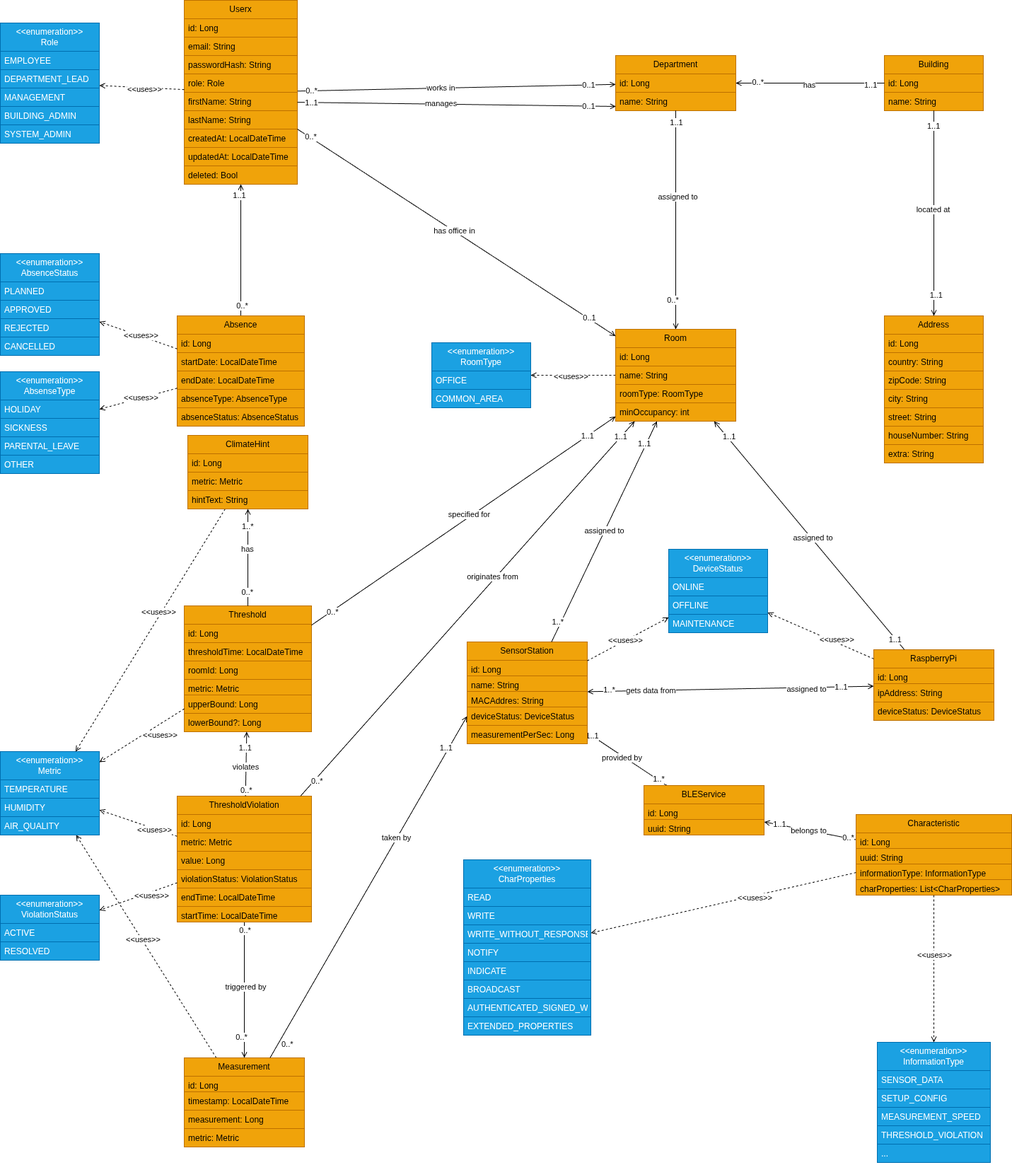
This is docs/Softwarekonzept_V2/images/climate-canary-webapp-backend.png from adriano-paganini/ClimateCanary, a draw.io export, as it was before one commit. Source tidied: cells renumbered, new cells last; positions are measured from the earlier drawing's top-left corner, leaving out a move shared by most shapes.
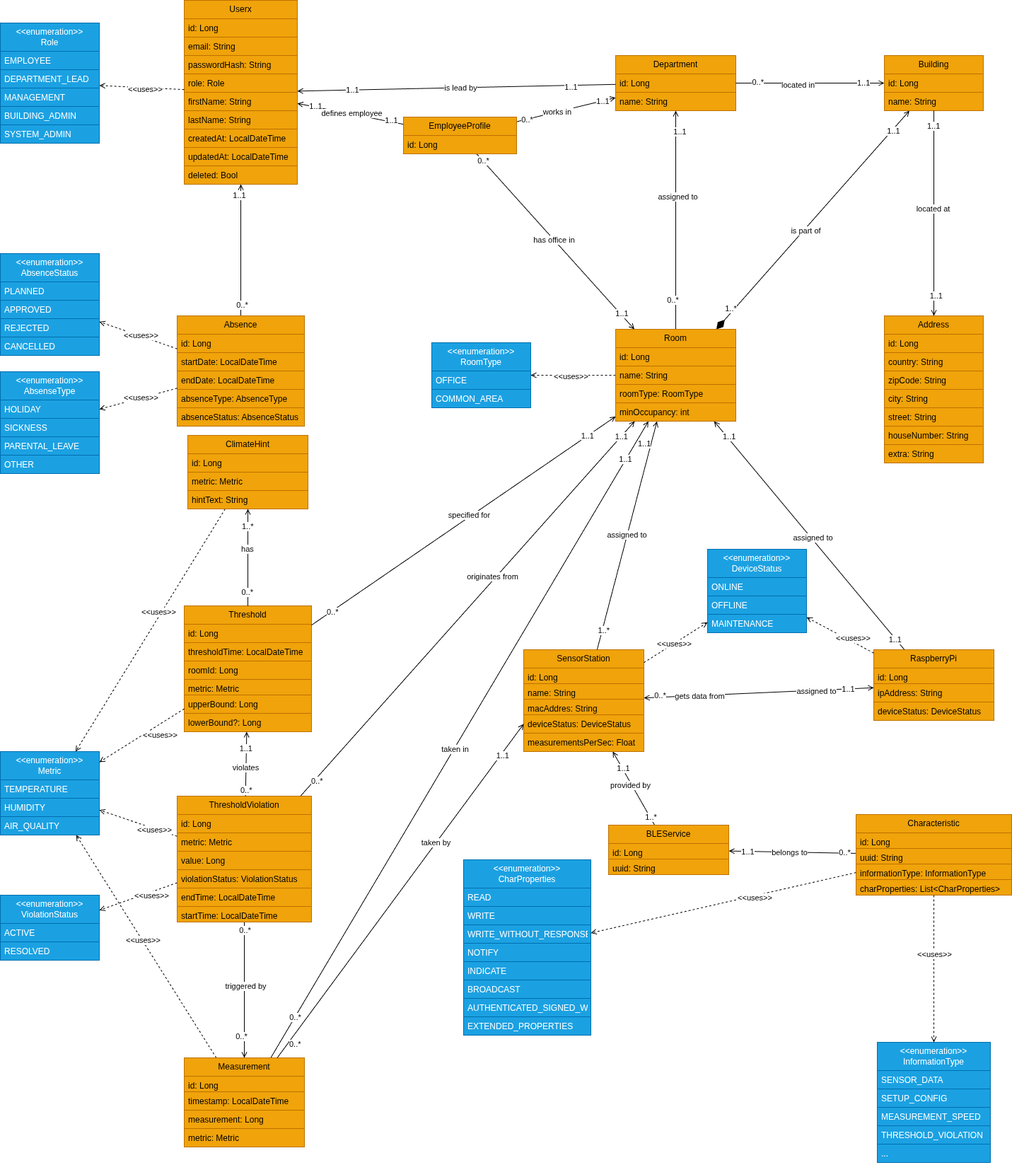
The same diagram one commit later.

Commit message:
chore: some more small changes - noticed while preparing REST-Excel

The edit, as a diff of the source:
```diff
@@ -2,18 +2,6 @@
   <root>
     <mxCell id="0" />
     <mxCell id="1" parent="0" />
-    <mxCell id="2" style="rounded=0;jettySize=auto;html=1;endArrow=open;endFill=0;" parent="1" edge="1" source="6" target="51">
-      <mxGeometry relative="1" as="geometry" />
-    </mxCell>
-    <mxCell id="3" value="works in" style="edgeLabel;html=1;align=center;verticalAlign=middle;" parent="2" vertex="1">
-      <mxGeometry x="-0.1" y="1" relative="1" as="geometry" />
-    </mxCell>
-    <mxCell id="4" value="0..1" style="edgeLabel;html=1;align=center;verticalAlign=middle;" parent="2" vertex="1">
-      <mxGeometry x="0.83" relative="1" as="geometry" />
-    </mxCell>
-    <mxCell id="5" value="0..*" style="edgeLabel;html=1;align=center;verticalAlign=middle;" parent="2" vertex="1">
-      <mxGeometry x="-0.91" relative="1" as="geometry" />
-    </mxCell>
     <mxCell id="6" value="Userx" style="swimlane;fontStyle=0;horizontal=1;startSize=26;fillColor=#f0a30a;whiteSpace=wrap;html=1;fontColor=#000000;strokeColor=#BD7000;" parent="1" vertex="1">
       <mxGeometry x="260" width="160" height="260" as="geometry" />
     </mxCell>
@@ -162,12 +150,12 @@
     <mxCell id="53" value="name: String" style="text;strokeColor=#BD7000;fillColor=#f0a30a;align=left;verticalAlign=top;spacingLeft=4;spacingRight=4;overflow=hidden;points=[[0,0.5],[1,0.5]];portConstraint=eastwest;whiteSpace=wrap;html=1;fontColor=#000000;" parent="51" vertex="1">
       <mxGeometry y="52" width="170" height="26" as="geometry" />
     </mxCell>
-    <mxCell id="54" style="endArrow=open;html=1;rounded=0;endFill=0;startArrow=none;startFill=0;startSize=15;endSize=6;" parent="1" edge="1" source="36" target="51">
+    <mxCell id="54" style="endArrow=none;html=1;rounded=0;endFill=0;startArrow=open;startFill=0;startSize=6;endSize=6;" parent="1" edge="1" source="36" target="51">
       <mxGeometry relative="1" as="geometry" />
     </mxCell>
     <mxCell id="55" value="1..1" style="edgeLabel;html=1;align=left;verticalAlign=bottom;" parent="54" vertex="1">
       <mxGeometry x="-1" relative="1" as="geometry">
-        <mxPoint x="-30" y="11" as="offset" />
+        <mxPoint x="-40" y="8" as="offset" />
       </mxGeometry>
     </mxCell>
     <mxCell id="56" value="0..*" style="edgeLabel;html=1;align=right;verticalAlign=bottom;" parent="54" vertex="1">
@@ -175,15 +163,15 @@
         <mxPoint x="40" y="7" as="offset" />
       </mxGeometry>
     </mxCell>
-    <mxCell id="57" value="has" style="edgeLabel;html=1;align=center;verticalAlign=middle;" parent="54" vertex="1">
-      <mxGeometry x="0.02" y="2" relative="1" as="geometry" />
-    </mxCell>
+    <mxCell id="221" value="located in" style="edgeLabel;html=1;align=center;verticalAlign=middle;" parent="54" vertex="1">
+      <mxGeometry x="0.16" y="2" relative="1" as="geometry" />
+    </mxCell>
-    <mxCell id="58" style="rounded=0;jettySize=auto;html=1;endArrow=none;endFill=0;startArrow=open;startFill=0;startSize=6;" parent="1" edge="1" source="64" target="51">
+    <mxCell id="58" style="rounded=0;jettySize=auto;html=1;endArrow=open;endFill=0;startArrow=none;startFill=0;startSize=6;" parent="1" edge="1" source="64" target="51">
       <mxGeometry relative="1" as="geometry" />
     </mxCell>
     <mxCell id="59" value="1..1" style="edgeLabel;html=1;align=center;verticalAlign=middle;" parent="58" vertex="1">
       <mxGeometry x="0.9" y="1" relative="1" as="geometry">
-        <mxPoint x="1" as="offset" />
+        <mxPoint x="6" y="13" as="offset" />
       </mxGeometry>
     </mxCell>
     <mxCell id="60" value="0..*" style="edgeLabel;html=1;align=center;verticalAlign=middle;" parent="58" vertex="1">
@@ -202,6 +190,20 @@
     <mxCell id="63" value="&amp;lt;&amp;lt;uses&amp;gt;&amp;gt;" style="edgeLabel;html=1;align=center;verticalAlign=middle;" parent="62" vertex="1">
       <mxGeometry x="0.07" y="1" relative="1" as="geometry" />
     </mxCell>
+    <mxCell id="222" style="rounded=0;jettySize=auto;html=1;endArrow=open;endFill=0;startArrow=diamondThin;startFill=1;startSize=15;" parent="1" edge="1" source="64" target="36">
+      <mxGeometry relative="1" as="geometry" />
+    </mxCell>
+    <mxCell id="223" value="is part of" style="edgeLabel;html=1;align=center;verticalAlign=middle;" parent="222" vertex="1">
+      <mxGeometry x="-0.09" y="-2" relative="1" as="geometry" />
+    </mxCell>
+    <mxCell id="224" value="1..1" style="edgeLabel;html=1;align=center;verticalAlign=middle;" parent="222" vertex="1">
+      <mxGeometry x="0.82" y="-1" relative="1" as="geometry">
+        <mxPoint x="1" as="offset" />
+      </mxGeometry>
+    </mxCell>
+    <mxCell id="225" value="1..*" style="edgeLabel;html=1;align=center;verticalAlign=middle;" parent="222" vertex="1">
+      <mxGeometry x="-0.83" y="4" relative="1" as="geometry" />
+    </mxCell>
     <mxCell id="64" value="Room" style="swimlane;fontStyle=0;horizontal=1;startSize=26;fillColor=#f0a30a;whiteSpace=wrap;html=1;fontColor=#000000;strokeColor=#BD7000;" parent="1" vertex="1">
       <mxGeometry x="870" y="465" width="170" height="130" as="geometry" />
     </mxCell>
@@ -261,13 +263,15 @@
       <mxGeometry x="0.78" y="1" relative="1" as="geometry" />
     </mxCell>
     <mxCell id="82" value="1..1" style="edgeLabel;html=1;align=center;verticalAlign=middle;" parent="80" vertex="1">
-      <mxGeometry x="-0.88" relative="1" as="geometry" />
+      <mxGeometry x="-0.88" relative="1" as="geometry">
+        <mxPoint x="11" y="17" as="offset" />
+      </mxGeometry>
     </mxCell>
     <mxCell id="83" value="provided by" style="edgeLabel;html=1;align=center;verticalAlign=middle;" parent="80" vertex="1">
       <mxGeometry x="-0.11" y="-2" relative="1" as="geometry" />
     </mxCell>
     <mxCell id="84" value="SensorStation" style="swimlane;fontStyle=0;horizontal=1;startSize=26;fillColor=#f0a30a;whiteSpace=wrap;html=1;fontColor=#000000;strokeColor=#BD7000;" parent="1" vertex="1">
-      <mxGeometry x="660" y="907" width="170" height="144" as="geometry" />
+      <mxGeometry x="740" y="918" width="170" height="144" as="geometry" />
     </mxCell>
     <mxCell id="85" value="id: Long&lt;span style=&quot;color: rgba(0, 0, 0, 0); font-family: monospace; font-size: 0px; text-wrap-mode: nowrap;&quot;&gt;%3CmxGraphModel%3E%3Croot%3E%3CmxCell%20id%3D%220%22%2F%3E%3CmxCell%20id%3D%221%22%20parent%3D%220%22%2F%3E%3CmxCell%20id%3D%222%22%20edge%3D%221%22%20parent%3D%221%22%20style%3D%22rounded%3D0%3BorthogonalLoop%3D1%3BjettySize%3Dauto%3Bhtml%3D1%3Bdashed%3D1%3BendArrow%3Dopen%3BendFill%3D0%3B%22%3E%3CmxGeometry%20relative%3D%221%22%20as%3D%22geometry%22%3E%3CmxPoint%20x%3D%221470%22%20y%3D%22499%22%20as%3D%22sourcePoint%22%2F%3E%3CmxPoint%20x%3D%221580%22%20y%3D%22499%22%20as%3D%22targetPoint%22%2F%3E%3C%2FmxGeometry%3E%3C%2FmxCell%3E%3CmxCell%20id%3D%223%22%20connectable%3D%220%22%20parent%3D%222%22%20style%3D%22edgeLabel%3Bhtml%3D1%3Balign%3Dcenter%3BverticalAlign%3Dmiddle%3Bresizable%3D0%3Bpoints%3D%5B%5D%3B%22%20value%3D%22%26amp%3Blt%3B%26amp%3Blt%3Buses%26amp%3Bgt%3B%26amp%3Bgt%3B%22%20vertex%3D%221%22%3E%3CmxGeometry%20relative%3D%221%22%20x%3D%22-0.1743%22%20y%3D%223%22%20as%3D%22geometry%22%3E%3CmxPoint%20x%3D%2214%22%20y%3D%223%22%20as%3D%22offset%22%2F%3E%3C%2FmxGeometry%3E%3C%2FmxCell%3E%3C%2Froot%3E%3C%2FmxGraphModel%3ELongLongL&lt;/span&gt;" style="text;strokeColor=#BD7000;fillColor=#f0a30a;align=left;verticalAlign=top;spacingLeft=4;spacingRight=4;overflow=hidden;whiteSpace=wrap;html=1;fontColor=#000000;" parent="84" vertex="1">
       <mxGeometry y="26" width="170" height="22" as="geometry" />
@@ -275,13 +279,13 @@
     <mxCell id="86" value="name: String" style="text;strokeColor=#BD7000;fillColor=#f0a30a;align=left;verticalAlign=top;spacingLeft=4;spacingRight=4;overflow=hidden;whiteSpace=wrap;html=1;fontColor=#000000;" parent="84" vertex="1">
       <mxGeometry y="48" width="170" height="22" as="geometry" />
     </mxCell>
-    <mxCell id="87" value="MACAddres: String" style="text;strokeColor=#BD7000;fillColor=#f0a30a;align=left;verticalAlign=top;spacingLeft=4;spacingRight=4;overflow=hidden;whiteSpace=wrap;html=1;fontColor=#000000;" parent="84" vertex="1">
+    <mxCell id="87" value="macAddres: String" style="text;strokeColor=#BD7000;fillColor=#f0a30a;align=left;verticalAlign=top;spacingLeft=4;spacingRight=4;overflow=hidden;whiteSpace=wrap;html=1;fontColor=#000000;" parent="84" vertex="1">
       <mxGeometry y="70" width="170" height="22" as="geometry" />
     </mxCell>
     <mxCell id="88" value="deviceStatus: DeviceStatus" style="text;strokeColor=#BD7000;fillColor=#f0a30a;align=left;verticalAlign=top;spacingLeft=4;spacingRight=4;overflow=hidden;points=[[0,0.5],[1,0.5]];portConstraint=eastwest;whiteSpace=wrap;html=1;fontColor=#000000;" parent="84" vertex="1">
       <mxGeometry y="92" width="170" height="26" as="geometry" />
     </mxCell>
-    <mxCell id="89" value="measurementPerSec: Long" style="text;strokeColor=#BD7000;fillColor=#f0a30a;align=left;verticalAlign=top;spacingLeft=4;spacingRight=4;overflow=hidden;whiteSpace=wrap;html=1;fontColor=#000000;" parent="84" vertex="1">
+    <mxCell id="89" value="measurementsPerSec: Float" style="text;strokeColor=#BD7000;fillColor=#f0a30a;align=left;verticalAlign=top;spacingLeft=4;spacingRight=4;overflow=hidden;whiteSpace=wrap;html=1;fontColor=#000000;" parent="84" vertex="1">
       <mxGeometry y="118" width="170" height="26" as="geometry" />
     </mxCell>
     <mxCell id="90" style="rounded=0;jettySize=auto;html=1;endArrow=none;endFill=0;startArrow=open;startFill=0;startSize=6;endSize=15;" parent="1" edge="1" source="96" target="116">
@@ -306,6 +310,20 @@
     <mxCell id="95" value="&amp;lt;&amp;lt;uses&amp;gt;&amp;gt;" style="edgeLabel;html=1;align=center;verticalAlign=middle;" parent="94" vertex="1">
       <mxGeometry x="0.06" y="-1" relative="1" as="geometry" />
     </mxCell>
+    <mxCell id="226" style="rounded=0;jettySize=auto;html=1;endArrow=open;endFill=0;" parent="1" edge="1" source="96" target="64">
+      <mxGeometry relative="1" as="geometry" />
+    </mxCell>
+    <mxCell id="227" value="taken in" style="edgeLabel;html=1;align=center;verticalAlign=middle;" parent="226" vertex="1">
+      <mxGeometry x="-0.03" y="-1" relative="1" as="geometry" />
+    </mxCell>
+    <mxCell id="228" value="1..1" style="edgeLabel;html=1;align=center;verticalAlign=middle;" parent="226" vertex="1">
+      <mxGeometry x="0.88" y="1" relative="1" as="geometry" />
+    </mxCell>
+    <mxCell id="229" value="0..*" style="edgeLabel;html=1;align=center;verticalAlign=middle;" parent="226" vertex="1">
+      <mxGeometry x="-0.87" relative="1" as="geometry">
+        <mxPoint y="-1" as="offset" />
+      </mxGeometry>
+    </mxCell>
     <mxCell id="96" value="Measurement" style="swimlane;fontStyle=0;horizontal=1;startSize=26;fillColor=#f0a30a;whiteSpace=wrap;html=1;fontColor=#000000;strokeColor=#BD7000;" parent="1" vertex="1">
       <mxGeometry x="260" y="1495" width="170" height="126" as="geometry" />
     </mxCell>
@@ -392,7 +410,7 @@
       <mxGeometry y="156" width="190" height="22" as="geometry" />
     </mxCell>
     <mxCell id="123" value="&lt;div&gt;&amp;lt;&amp;lt;enumeration&amp;gt;&amp;gt;&lt;/div&gt;DeviceStatus" style="swimlane;fontStyle=0;horizontal=1;startSize=40;fillColor=#1ba1e2;whiteSpace=wrap;html=1;fontColor=#ffffff;strokeColor=#006EAF;" parent="1" vertex="1">
-      <mxGeometry x="945" y="776" width="140" height="118" as="geometry" />
+      <mxGeometry x="1000" y="776" width="140" height="118" as="geometry" />
     </mxCell>
     <mxCell id="124" value="ONLINE" style="text;strokeColor=#006EAF;fillColor=#1ba1e2;align=left;verticalAlign=top;spacingLeft=4;spacingRight=4;overflow=hidden;whiteSpace=wrap;html=1;fontColor=#ffffff;" parent="123" vertex="1">
       <mxGeometry y="40" width="140" height="26" as="geometry" />
@@ -523,7 +541,7 @@
     <mxCell id="158" value="1..1" style="edgeLabel;html=1;align=center;verticalAlign=middle;" parent="157" vertex="1">
       <mxGeometry x="0.77" relative="1" as="geometry" />
     </mxCell>
-    <mxCell id="159" value="1..*" style="edgeLabel;html=1;align=center;verticalAlign=middle;" parent="157" vertex="1">
+    <mxCell id="159" value="0..*" style="edgeLabel;html=1;align=center;verticalAlign=middle;" parent="157" vertex="1">
       <mxGeometry x="-0.81" y="2" relative="1" as="geometry">
         <mxPoint x="-8" as="offset" />
       </mxGeometry>
@@ -633,7 +651,7 @@
       <mxGeometry x="-0.04" relative="1" as="geometry" />
     </mxCell>
     <mxCell id="186" value="BLEService" style="swimlane;fontStyle=0;horizontal=1;startSize=26;fillColor=#f0a30a;whiteSpace=wrap;html=1;fontColor=#000000;strokeColor=#BD7000;" parent="1" vertex="1">
-      <mxGeometry x="910" y="1110" width="170" height="70" as="geometry" />
+      <mxGeometry x="860" y="1166" width="170" height="70" as="geometry" />
     </mxCell>
     <mxCell id="187" value="id: Long&lt;span style=&quot;color: rgba(0, 0, 0, 0); font-family: monospace; font-size: 0px; text-wrap-mode: nowrap;&quot;&gt;%3CmxGraphModel%3E%3Croot%3E%3CmxCell%20id%3D%220%22%2F%3E%3CmxCell%20id%3D%221%22%20parent%3D%220%22%2F%3E%3CmxCell%20id%3D%222%22%20edge%3D%221%22%20parent%3D%221%22%20style%3D%22rounded%3D0%3BorthogonalLoop%3D1%3BjettySize%3Dauto%3Bhtml%3D1%3Bdashed%3D1%3BendArrow%3Dopen%3BendFill%3D0%3B%22%3E%3CmxGeometry%20relative%3D%221%22%20as%3D%22geometry%22%3E%3CmxPoint%20x%3D%221470%22%20y%3D%22499%22%20as%3D%22sourcePoint%22%2F%3E%3CmxPoint%20x%3D%221580%22%20y%3D%22499%22%20as%3D%22targetPoint%22%2F%3E%3C%2FmxGeometry%3E%3C%2FmxCell%3E%3CmxCell%20id%3D%223%22%20connectable%3D%220%22%20parent%3D%222%22%20style%3D%22edgeLabel%3Bhtml%3D1%3Balign%3Dcenter%3BverticalAlign%3Dmiddle%3Bresizable%3D0%3Bpoints%3D%5B%5D%3B%22%20value%3D%22%26amp%3Blt%3B%26amp%3Blt%3Buses%26amp%3Bgt%3B%26amp%3Bgt%3B%22%20vertex%3D%221%22%3E%3CmxGeometry%20relative%3D%221%22%20x%3D%22-0.1743%22%20y%3D%223%22%20as%3D%22geometry%22%3E%3CmxPoint%20x%3D%2214%22%20y%3D%223%22%20as%3D%22offset%22%2F%3E%3C%2FmxGeometry%3E%3C%2FmxCell%3E%3C%2Froot%3E%3C%2FmxGraphModel%3ELongLongL&lt;/span&gt;" style="text;strokeColor=#BD7000;fillColor=#f0a30a;align=left;verticalAlign=top;spacingLeft=4;spacingRight=4;overflow=hidden;whiteSpace=wrap;html=1;fontColor=#000000;" parent="186" vertex="1">
       <mxGeometry y="26" width="170" height="22" as="geometry" />
@@ -717,10 +735,38 @@
         <mxPoint x="-3" y="-2" as="offset" />
       </mxGeometry>
     </mxCell>
+    <mxCell id="230" style="rounded=0;jettySize=auto;html=1;endArrow=open;endFill=0;" parent="1" edge="1" source="237" target="6">
+      <mxGeometry relative="1" as="geometry" />
+    </mxCell>
+    <mxCell id="231" value="1..1" style="edgeLabel;html=1;align=center;verticalAlign=middle;" parent="230" vertex="1">
+      <mxGeometry x="0.67" y="-1" relative="1" as="geometry" />
+    </mxCell>
+    <mxCell id="232" value="1..1" style="edgeLabel;html=1;align=center;verticalAlign=middle;" parent="230" vertex="1">
+      <mxGeometry x="-0.76" y="-2" relative="1" as="geometry" />
+    </mxCell>
+    <mxCell id="233" value="defines employee" style="edgeLabel;html=1;align=center;verticalAlign=middle;" parent="230" vertex="1">
+      <mxGeometry x="0.17" y="1" relative="1" as="geometry">
+        <mxPoint x="14" as="offset" />
+      </mxGeometry>
+    </mxCell>
+    <mxCell id="234" style="rounded=0;jettySize=auto;html=1;endArrow=open;endFill=0;" parent="1" edge="1" source="237" target="51">
+      <mxGeometry relative="1" as="geometry" />
+    </mxCell>
+    <mxCell id="235" value="1..1" style="edgeLabel;html=1;align=center;verticalAlign=middle;" parent="234" vertex="1">
+      <mxGeometry x="0.73" relative="1" as="geometry" />
+    </mxCell>
+    <mxCell id="236" value="0..*" style="edgeLabel;html=1;align=center;verticalAlign=middle;" parent="234" vertex="1">
+      <mxGeometry x="-0.91" relative="1" as="geometry">
+        <mxPoint x="8" y="-2" as="offset" />
+      </mxGeometry>
+    </mxCell>
+    <mxCell id="3" value="works in&amp;nbsp;" style="edgeLabel;html=1;align=center;verticalAlign=middle;" parent="234" vertex="1">
+      <mxGeometry x="-0.17" relative="1" as="geometry" />
+    </mxCell>
-    <mxCell id="213" style="rounded=0;jettySize=auto;html=1;endArrow=open;endFill=0;" parent="1" edge="1" source="6" target="64">
+    <mxCell id="213" style="rounded=0;jettySize=auto;html=1;endArrow=open;endFill=0;" parent="1" edge="1" source="237" target="64">
       <mxGeometry relative="1" as="geometry" />
     </mxCell>
-    <mxCell id="214" value="0..1" style="edgeLabel;html=1;align=center;verticalAlign=middle;" parent="213" vertex="1">
+    <mxCell id="214" value="1..1" style="edgeLabel;html=1;align=center;verticalAlign=middle;" parent="213" vertex="1">
       <mxGeometry x="0.83" y="1" relative="1" as="geometry" />
     </mxCell>
     <mxCell id="215" value="0..*" style="edgeLabel;html=1;align=center;verticalAlign=middle;" parent="213" vertex="1">
@@ -729,17 +775,23 @@
     <mxCell id="216" value="has office in" style="edgeLabel;html=1;align=center;verticalAlign=middle;" parent="213" vertex="1">
       <mxGeometry x="-0.02" relative="1" as="geometry" />
     </mxCell>
-    <mxCell id="217" style="rounded=0;jettySize=auto;html=1;endArrow=open;endFill=0;entryX=0.002;entryY=0.769;entryDx=0;entryDy=0;entryPerimeter=0;" parent="1" edge="1" source="11" target="53">
-      <mxGeometry relative="1" as="geometry" />
-    </mxCell>
-    <mxCell id="218" value="manages" style="edgeLabel;html=1;align=center;verticalAlign=middle;" parent="217" vertex="1">
-      <mxGeometry x="-0.1" y="1" relative="1" as="geometry" />
-    </mxCell>
-    <mxCell id="219" value="0..1" style="edgeLabel;html=1;align=center;verticalAlign=middle;" parent="217" vertex="1">
-      <mxGeometry x="0.83" relative="1" as="geometry" />
-    </mxCell>
-    <mxCell id="220" value="1..1" style="edgeLabel;html=1;align=center;verticalAlign=middle;" parent="217" vertex="1">
-      <mxGeometry x="-0.91" relative="1" as="geometry" />
-    </mxCell>
+    <mxCell id="237" value="EmployeeProfile" style="swimlane;fontStyle=0;horizontal=1;startSize=26;fillColor=#f0a30a;whiteSpace=wrap;html=1;fontColor=#000000;strokeColor=#BD7000;" parent="1" vertex="1">
+      <mxGeometry x="570" y="165" width="160" height="52" as="geometry" />
+    </mxCell>
+    <mxCell id="238" value="id: Long" style="text;strokeColor=#BD7000;fillColor=#f0a30a;align=left;verticalAlign=top;spacingLeft=4;spacingRight=4;overflow=hidden;whiteSpace=wrap;html=1;fontColor=#000000;" parent="237" vertex="1">
+      <mxGeometry y="26" width="160" height="26" as="geometry" />
+    </mxCell>
+    <mxCell id="239" style="rounded=0;jettySize=auto;html=1;endArrow=open;endFill=0;" parent="1" edge="1" source="51" target="6">
+      <mxGeometry relative="1" as="geometry" />
+    </mxCell>
+    <mxCell id="240" value="1..1" style="edgeLabel;html=1;align=center;verticalAlign=middle;" parent="239" vertex="1">
+      <mxGeometry x="0.66" relative="1" as="geometry" />
+    </mxCell>
+    <mxCell id="241" value="1..1" style="edgeLabel;html=1;align=center;verticalAlign=middle;" parent="239" vertex="1">
+      <mxGeometry x="-0.72" y="2" relative="1" as="geometry" />
+    </mxCell>
+    <mxCell id="242" value="is lead by" style="edgeLabel;html=1;align=center;verticalAlign=middle;" parent="239" vertex="1">
+      <mxGeometry x="-0.02" relative="1" as="geometry" />
+    </mxCell>
   </root>
 </mxGraphModel>
```
